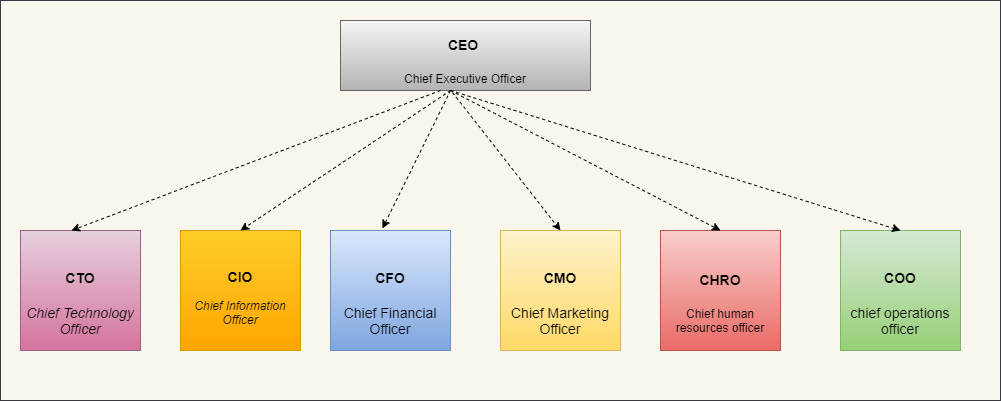
letrthong/business keeps this draw.io diagram as 03_staff/Department_Organizational_chart-Manager.png. Above is the earlier version. Source tidied: cells renumbered, new cells last; positions are measured from the earlier drawing's top-left corner, leaving out a move shared by most shapes.
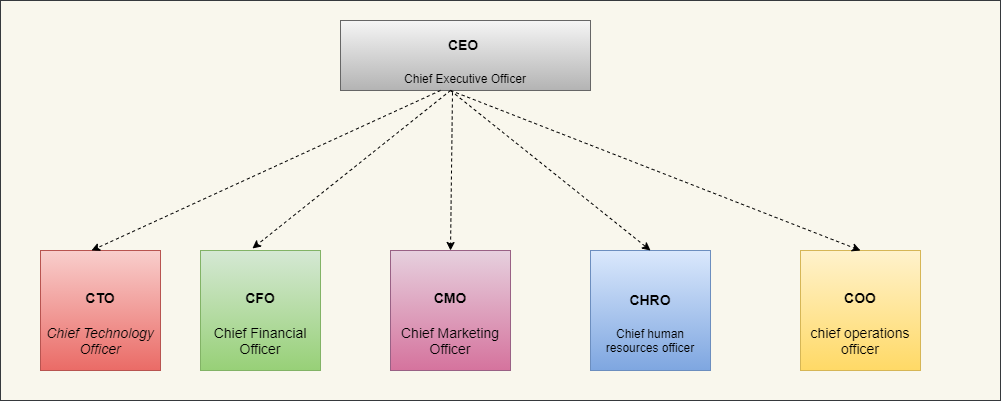
The same file after the commit.

Diff of the diagram source:
```diff
@@ -8,20 +8,17 @@
     <mxCell id="3" value="&lt;h1 class=&quot;posttitle&quot;&gt;&lt;font style=&quot;font-size: 14px&quot;&gt;CEO&amp;nbsp;&lt;/font&gt;&lt;/h1&gt;Chief Executive Officer&lt;br&gt;&lt;br&gt;" style="rounded=0;whiteSpace=wrap;html=1;gradientColor=#b3b3b3;fillColor=#f5f5f5;strokeColor=#666666;" parent="1" vertex="1">
       <mxGeometry x="340" y="20" width="250" height="70" as="geometry" />
     </mxCell>
-    <mxCell id="4" value="&lt;h1 class=&quot;posttitle&quot;&gt;&lt;font style=&quot;font-size: 14px&quot;&gt;CTO&lt;/font&gt;&lt;/h1&gt;&lt;div&gt;&lt;font style=&quot;font-size: 14px&quot;&gt;&lt;em&gt;Chief Technology Officer&lt;/em&gt;&lt;br&gt;&lt;/font&gt;&lt;/div&gt;" style="rounded=0;whiteSpace=wrap;html=1;gradientColor=#d5739d;fillColor=#e6d0de;strokeColor=#996185;" parent="1" vertex="1">
-      <mxGeometry x="20" y="230" width="120" height="120" as="geometry" />
+    <mxCell id="4" value="&lt;h1 class=&quot;posttitle&quot;&gt;&lt;font style=&quot;font-size: 14px&quot;&gt;CTO&lt;/font&gt;&lt;/h1&gt;&lt;div&gt;&lt;font style=&quot;font-size: 14px&quot;&gt;&lt;em&gt;Chief Technology Officer&lt;/em&gt;&lt;br&gt;&lt;/font&gt;&lt;/div&gt;" style="rounded=0;whiteSpace=wrap;html=1;gradientColor=#ea6b66;fillColor=#f8cecc;strokeColor=#b85450;" parent="1" vertex="1">
+      <mxGeometry x="40" y="250" width="120" height="120" as="geometry" />
     </mxCell>
-    <mxCell id="5" value="&lt;h3&gt;CIO&lt;/h3&gt;&lt;div&gt;&lt;em&gt;Chief Information Officer&lt;/em&gt;&lt;br&gt;&lt;/div&gt;" style="rounded=0;whiteSpace=wrap;html=1;gradientColor=#ffa500;fillColor=#ffcd28;strokeColor=#d79b00;" parent="1" vertex="1">
-      <mxGeometry x="180" y="230" width="120" height="120" as="geometry" />
-    </mxCell>
-    <mxCell id="6" value="&lt;h1 class=&quot;posttitle&quot;&gt;&lt;font style=&quot;font-size: 14px&quot;&gt;CFO&lt;/font&gt;&lt;/h1&gt;&lt;div&gt;&lt;font&gt;&lt;span style=&quot;font-size: 14px&quot;&gt;Chief Financial Officer&lt;/span&gt;&lt;br&gt;&lt;/font&gt;&lt;/div&gt;" style="rounded=0;whiteSpace=wrap;html=1;gradientColor=#7ea6e0;fillColor=#dae8fc;strokeColor=#6c8ebf;" parent="1" vertex="1">
-      <mxGeometry x="330" y="230" width="120" height="120" as="geometry" />
+    <mxCell id="6" value="&lt;h1 class=&quot;posttitle&quot;&gt;&lt;font style=&quot;font-size: 14px&quot;&gt;CFO&lt;/font&gt;&lt;/h1&gt;&lt;div&gt;&lt;font&gt;&lt;span style=&quot;font-size: 14px&quot;&gt;Chief Financial Officer&lt;/span&gt;&lt;br&gt;&lt;/font&gt;&lt;/div&gt;" style="rounded=0;whiteSpace=wrap;html=1;gradientColor=#97d077;fillColor=#d5e8d4;strokeColor=#82b366;" parent="1" vertex="1">
+      <mxGeometry x="200" y="250" width="120" height="120" as="geometry" />
     </mxCell>
-    <mxCell id="7" value="&lt;h1 class=&quot;posttitle&quot;&gt;&lt;font style=&quot;font-size: 14px&quot;&gt;COO&lt;/font&gt;&lt;/h1&gt;&lt;div&gt;&lt;font&gt;&lt;span style=&quot;font-size: 14px&quot;&gt;chief operations officer&lt;/span&gt;&lt;br&gt;&lt;/font&gt;&lt;/div&gt;" style="rounded=0;whiteSpace=wrap;html=1;gradientColor=#97d077;fillColor=#d5e8d4;strokeColor=#82b366;" parent="1" vertex="1">
-      <mxGeometry x="840" y="230" width="120" height="120" as="geometry" />
+    <mxCell id="7" value="&lt;h1 class=&quot;posttitle&quot;&gt;&lt;font style=&quot;font-size: 14px&quot;&gt;COO&lt;/font&gt;&lt;/h1&gt;&lt;div&gt;&lt;font&gt;&lt;span style=&quot;font-size: 14px&quot;&gt;chief operations officer&lt;/span&gt;&lt;br&gt;&lt;/font&gt;&lt;/div&gt;" style="rounded=0;whiteSpace=wrap;html=1;gradientColor=#ffd966;fillColor=#fff2cc;strokeColor=#d6b656;" parent="1" vertex="1">
+      <mxGeometry x="800" y="250" width="120" height="120" as="geometry" />
     </mxCell>
-    <mxCell id="8" value="&lt;h1 class=&quot;posttitle&quot;&gt;&lt;font style=&quot;font-size: 14px&quot;&gt;CMO&lt;/font&gt;&lt;/h1&gt;&lt;div&gt;&lt;font&gt;&lt;span style=&quot;font-size: 14px&quot;&gt;Chief Marketing Officer&lt;/span&gt;&lt;br&gt;&lt;/font&gt;&lt;/div&gt;" style="rounded=0;whiteSpace=wrap;html=1;gradientColor=#ffd966;fillColor=#fff2cc;strokeColor=#d6b656;" parent="1" vertex="1">
-      <mxGeometry x="500" y="230" width="120" height="120" as="geometry" />
+    <mxCell id="8" value="&lt;h1 class=&quot;posttitle&quot;&gt;&lt;font style=&quot;font-size: 14px&quot;&gt;CMO&lt;/font&gt;&lt;/h1&gt;&lt;div&gt;&lt;font&gt;&lt;span style=&quot;font-size: 14px&quot;&gt;Chief Marketing Officer&lt;/span&gt;&lt;br&gt;&lt;/font&gt;&lt;/div&gt;" style="rounded=0;whiteSpace=wrap;html=1;gradientColor=#d5739d;fillColor=#e6d0de;strokeColor=#996185;" parent="1" vertex="1">
+      <mxGeometry x="390" y="250" width="120" height="120" as="geometry" />
     </mxCell>
     <mxCell id="9" style="endArrow=classic;html=1;dashed=1;entryX=0.425;entryY=0;entryDx=0;entryDy=0;entryPerimeter=0;" parent="1" edge="1" target="4">
       <mxGeometry relative="1" as="geometry">
@@ -38,16 +35,11 @@
         <mxPoint x="450" y="90" as="sourcePoint" />
       </mxGeometry>
     </mxCell>
-    <mxCell id="12" style="endArrow=classic;html=1;dashed=1;entryX=0.5;entryY=0;entryDx=0;entryDy=0;" parent="1" edge="1" target="5">
-      <mxGeometry relative="1" as="geometry">
-        <mxPoint x="450" y="90" as="sourcePoint" />
-      </mxGeometry>
-    </mxCell>
     <mxCell id="13" style="endArrow=classic;html=1;dashed=1;entryX=0.5;entryY=0;entryDx=0;entryDy=0;exitX=0.448;exitY=1.029;exitDx=0;exitDy=0;exitPerimeter=0;" parent="1" edge="1" source="3" target="8">
       <mxGeometry relative="1" as="geometry" />
     </mxCell>
-    <mxCell id="14" value="&lt;h1 class=&quot;posttitle&quot;&gt;&lt;font style=&quot;font-size: 14px&quot;&gt;CHRO&lt;/font&gt;&lt;/h1&gt;&lt;div&gt;&lt;font&gt;&lt;span class=&quot;ILfuVd&quot;&gt;&lt;span class=&quot;hgKElc&quot;&gt;Chief human resources officer&lt;/span&gt;&lt;/span&gt;&lt;br&gt;&lt;/font&gt;&lt;/div&gt;" style="rounded=0;whiteSpace=wrap;html=1;gradientColor=#ea6b66;fillColor=#f8cecc;strokeColor=#b85450;" parent="1" vertex="1">
-      <mxGeometry x="660" y="230" width="120" height="120" as="geometry" />
+    <mxCell id="14" value="&lt;h1 class=&quot;posttitle&quot;&gt;&lt;font style=&quot;font-size: 14px&quot;&gt;CHRO&lt;/font&gt;&lt;/h1&gt;&lt;div&gt;&lt;font&gt;&lt;span class=&quot;ILfuVd&quot;&gt;&lt;span class=&quot;hgKElc&quot;&gt;Chief human resources officer&lt;/span&gt;&lt;/span&gt;&lt;br&gt;&lt;/font&gt;&lt;/div&gt;" style="rounded=0;whiteSpace=wrap;html=1;gradientColor=#7ea6e0;fillColor=#dae8fc;strokeColor=#6c8ebf;" parent="1" vertex="1">
+      <mxGeometry x="590" y="250" width="120" height="120" as="geometry" />
     </mxCell>
     <mxCell id="15" style="endArrow=classic;html=1;dashed=1;entryX=0.5;entryY=0;entryDx=0;entryDy=0;" parent="1" edge="1" target="14">
       <mxGeometry relative="1" as="geometry">
```
